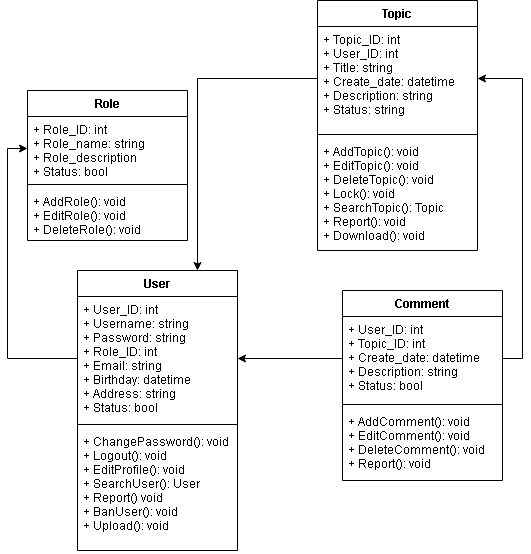
Earlier version of the draw.io export ClassDiagram.png (ChienVan01/forum). Source tidied: cells renumbered, new cells last; positions are measured from the earlier drawing's top-left corner, leaving out a move shared by most shapes. The source it was exported from:
```xml
<mxGraphModel>
  <root>
    <mxCell id="0" />
    <mxCell id="1" parent="0" />
    <mxCell id="2" value="User" style="swimlane;fontStyle=1;align=center;verticalAlign=top;horizontal=1;startSize=26;" parent="1" vertex="1">
      <mxGeometry x="50" y="270" width="160" height="280" as="geometry" />
    </mxCell>
    <mxCell id="3" value="+ User_ID: int&#10;+ Username: string&#10;+ Password: string&#10;+ Role_ID: int&#10;+ Email: string &#10;+ Birthday: datetime&#10;+ Address: string&#10;+ Status: bool" style="text;strokeColor=none;fillColor=none;align=left;verticalAlign=top;spacingLeft=4;spacingRight=4;overflow=hidden;points=[[0,0.5],[1,0.5]];portConstraint=eastwest;" parent="2" vertex="1">
      <mxGeometry y="26" width="160" height="124" as="geometry" />
    </mxCell>
    <mxCell id="4" style="line;strokeWidth=1;fillColor=none;align=left;verticalAlign=middle;spacingTop=-1;spacingLeft=3;spacingRight=3;labelPosition=right;" parent="2" vertex="1">
      <mxGeometry y="150" width="160" height="8" as="geometry" />
    </mxCell>
    <mxCell id="5" value="+ ChangePassword(): void&#10;+ Logout(): void&#10;+ EditProfile(): void&#10;+ SearchUser(): User&#10;+ Report() void&#10;+ BanUser(): void&#10;+ Upload(): void" style="text;strokeColor=none;fillColor=none;align=left;verticalAlign=top;spacingLeft=4;spacingRight=4;overflow=hidden;" parent="2" vertex="1">
      <mxGeometry y="158" width="160" height="122" as="geometry" />
    </mxCell>
    <mxCell id="6" value="Role" style="swimlane;fontStyle=1;align=center;verticalAlign=top;horizontal=1;startSize=26;" parent="1" vertex="1">
      <mxGeometry y="90" width="160" height="150" as="geometry" />
    </mxCell>
    <mxCell id="7" value="+ Role_ID: int&#10;+ Role_name: string&#10;+ Role_description&#10;+ Status: bool" style="text;strokeColor=none;fillColor=none;align=left;verticalAlign=top;spacingLeft=4;spacingRight=4;overflow=hidden;points=[[0,0.5],[1,0.5]];portConstraint=eastwest;" parent="6" vertex="1">
      <mxGeometry y="26" width="160" height="64" as="geometry" />
    </mxCell>
    <mxCell id="8" style="line;strokeWidth=1;fillColor=none;align=left;verticalAlign=middle;spacingTop=-1;spacingLeft=3;spacingRight=3;labelPosition=right;" parent="6" vertex="1">
      <mxGeometry y="90" width="160" height="8" as="geometry" />
    </mxCell>
    <mxCell id="9" value="+ AddRole(): void&#10;+ EditRole(): void&#10;+ DeleteRole(): void&#10;" style="text;strokeColor=none;fillColor=none;align=left;verticalAlign=top;spacingLeft=4;spacingRight=4;overflow=hidden;" parent="6" vertex="1">
      <mxGeometry y="98" width="160" height="52" as="geometry" />
    </mxCell>
    <mxCell id="10" value="Topic" style="swimlane;fontStyle=1;align=center;verticalAlign=top;horizontal=1;startSize=26;" parent="1" vertex="1">
      <mxGeometry x="290" width="160" height="250" as="geometry" />
    </mxCell>
    <mxCell id="11" value="+ Topic_ID: int&#10;+ User_ID: int&#10;+ Title: string&#10;+ Create_date: datetime&#10;+ Description: string&#10;+ Status: string&#10;" style="text;strokeColor=none;fillColor=none;align=left;verticalAlign=top;spacingLeft=4;spacingRight=4;overflow=hidden;points=[[0,0.5],[1,0.5]];portConstraint=eastwest;" parent="10" vertex="1">
      <mxGeometry y="26" width="160" height="104" as="geometry" />
    </mxCell>
    <mxCell id="12" style="line;strokeWidth=1;fillColor=none;align=left;verticalAlign=middle;spacingTop=-1;spacingLeft=3;spacingRight=3;labelPosition=right;" parent="10" vertex="1">
      <mxGeometry y="130" width="160" height="8" as="geometry" />
    </mxCell>
    <mxCell id="13" value="+ AddTopic(): void&#10;+ EditTopic(): void&#10;+ DeleteTopic(): void&#10;+ Lock(): void&#10;+ SearchTopic(): Topic&#10;+ Report(): void&#10;+ Download(): void" style="text;strokeColor=none;fillColor=none;align=left;verticalAlign=top;spacingLeft=4;spacingRight=4;overflow=hidden;" parent="10" vertex="1">
      <mxGeometry y="138" width="160" height="112" as="geometry" />
    </mxCell>
    <mxCell id="14" value="Comment" style="swimlane;fontStyle=1;align=center;verticalAlign=top;horizontal=1;startSize=26;" parent="1" vertex="1">
      <mxGeometry x="315" y="290" width="160" height="190" as="geometry" />
    </mxCell>
    <mxCell id="15" value="+ User_ID: int&#10;+ Topic_ID: int&#10;+ Create_date: datetime&#10;+ Description: string&#10;+ Status: bool" style="text;strokeColor=none;fillColor=none;align=left;verticalAlign=top;spacingLeft=4;spacingRight=4;overflow=hidden;points=[[0,0.5],[1,0.5]];portConstraint=eastwest;" parent="14" vertex="1">
      <mxGeometry y="26" width="160" height="84" as="geometry" />
    </mxCell>
    <mxCell id="16" style="line;strokeWidth=1;fillColor=none;align=left;verticalAlign=middle;spacingTop=-1;spacingLeft=3;spacingRight=3;labelPosition=right;" parent="14" vertex="1">
      <mxGeometry y="110" width="160" height="8" as="geometry" />
    </mxCell>
    <mxCell id="17" value="+ AddComment(): void&#10;+ EditComment(): void&#10;+ DeleteComment(): void&#10;+ Report(): void" style="text;strokeColor=none;fillColor=none;align=left;verticalAlign=top;spacingLeft=4;spacingRight=4;overflow=hidden;" parent="14" vertex="1">
      <mxGeometry y="118" width="160" height="72" as="geometry" />
    </mxCell>
    <mxCell id="18" style="edgeStyle=orthogonalEdgeStyle;rounded=0;jettySize=auto;html=1;exitX=0;exitY=0.5;exitDx=0;exitDy=0;entryX=0;entryY=0.5;entryDx=0;entryDy=0;" parent="1" edge="1" source="3" target="7">
      <mxGeometry relative="1" as="geometry" />
    </mxCell>
    <mxCell id="19" style="edgeStyle=orthogonalEdgeStyle;rounded=0;jettySize=auto;html=1;exitX=0;exitY=0.5;exitDx=0;exitDy=0;entryX=1;entryY=0.5;entryDx=0;entryDy=0;" parent="1" edge="1" source="15" target="3">
      <mxGeometry relative="1" as="geometry" />
    </mxCell>
    <mxCell id="20" style="edgeStyle=orthogonalEdgeStyle;rounded=0;jettySize=auto;html=1;exitX=1;exitY=0.5;exitDx=0;exitDy=0;entryX=1;entryY=0.5;entryDx=0;entryDy=0;" parent="1" edge="1" source="15" target="11">
      <mxGeometry relative="1" as="geometry" />
    </mxCell>
    <mxCell id="21" style="edgeStyle=orthogonalEdgeStyle;rounded=0;jettySize=auto;html=1;exitX=0;exitY=0.5;exitDx=0;exitDy=0;entryX=0.75;entryY=0;entryDx=0;entryDy=0;" parent="1" edge="1" source="11" target="2">
      <mxGeometry relative="1" as="geometry" />
    </mxCell>
  </root>
</mxGraphModel>
```
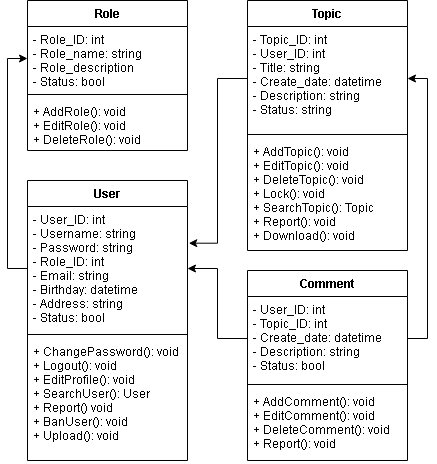
Later version of the same file.

Diff of the diagram source:
```diff
@@ -5,7 +5,7 @@
     <mxCell id="2" value="User" style="swimlane;fontStyle=1;align=center;verticalAlign=top;horizontal=1;startSize=26;" parent="1" vertex="1">
       <mxGeometry x="50" y="270" width="160" height="280" as="geometry" />
     </mxCell>
-    <mxCell id="3" value="+ User_ID: int&#10;+ Username: string&#10;+ Password: string&#10;+ Role_ID: int&#10;+ Email: string &#10;+ Birthday: datetime&#10;+ Address: string&#10;+ Status: bool" style="text;strokeColor=none;fillColor=none;align=left;verticalAlign=top;spacingLeft=4;spacingRight=4;overflow=hidden;points=[[0,0.5],[1,0.5]];portConstraint=eastwest;" parent="2" vertex="1">
+    <mxCell id="3" value="- User_ID: int&#10;- Username: string&#10;- Password: string&#10;- Role_ID: int&#10;- Email: string &#10;- Birthday: datetime&#10;- Address: string&#10;- Status: bool" style="text;strokeColor=none;fillColor=none;align=left;verticalAlign=top;spacingLeft=4;spacingRight=4;overflow=hidden;points=[[0,0.5],[1,0.5]];portConstraint=eastwest;" parent="2" vertex="1">
       <mxGeometry y="26" width="160" height="124" as="geometry" />
     </mxCell>
     <mxCell id="4" style="line;strokeWidth=1;fillColor=none;align=left;verticalAlign=middle;spacingTop=-1;spacingLeft=3;spacingRight=3;labelPosition=right;" parent="2" vertex="1">
@@ -15,9 +15,9 @@
       <mxGeometry y="158" width="160" height="122" as="geometry" />
     </mxCell>
     <mxCell id="6" value="Role" style="swimlane;fontStyle=1;align=center;verticalAlign=top;horizontal=1;startSize=26;" parent="1" vertex="1">
-      <mxGeometry y="90" width="160" height="150" as="geometry" />
+      <mxGeometry x="50" y="90" width="160" height="150" as="geometry" />
     </mxCell>
-    <mxCell id="7" value="+ Role_ID: int&#10;+ Role_name: string&#10;+ Role_description&#10;+ Status: bool" style="text;strokeColor=none;fillColor=none;align=left;verticalAlign=top;spacingLeft=4;spacingRight=4;overflow=hidden;points=[[0,0.5],[1,0.5]];portConstraint=eastwest;" parent="6" vertex="1">
+    <mxCell id="7" value="- Role_ID: int&#10;- Role_name: string&#10;- Role_description&#10;- Status: bool" style="text;strokeColor=none;fillColor=none;align=left;verticalAlign=top;spacingLeft=4;spacingRight=4;overflow=hidden;points=[[0,0.5],[1,0.5]];portConstraint=eastwest;" parent="6" vertex="1">
       <mxGeometry y="26" width="160" height="64" as="geometry" />
     </mxCell>
     <mxCell id="8" style="line;strokeWidth=1;fillColor=none;align=left;verticalAlign=middle;spacingTop=-1;spacingLeft=3;spacingRight=3;labelPosition=right;" parent="6" vertex="1">
@@ -27,9 +27,9 @@
       <mxGeometry y="98" width="160" height="52" as="geometry" />
     </mxCell>
     <mxCell id="10" value="Topic" style="swimlane;fontStyle=1;align=center;verticalAlign=top;horizontal=1;startSize=26;" parent="1" vertex="1">
-      <mxGeometry x="290" width="160" height="250" as="geometry" />
+      <mxGeometry x="270" y="90" width="160" height="250" as="geometry" />
     </mxCell>
-    <mxCell id="11" value="+ Topic_ID: int&#10;+ User_ID: int&#10;+ Title: string&#10;+ Create_date: datetime&#10;+ Description: string&#10;+ Status: string&#10;" style="text;strokeColor=none;fillColor=none;align=left;verticalAlign=top;spacingLeft=4;spacingRight=4;overflow=hidden;points=[[0,0.5],[1,0.5]];portConstraint=eastwest;" parent="10" vertex="1">
+    <mxCell id="11" value="- Topic_ID: int&#10;- User_ID: int&#10;- Title: string&#10;- Create_date: datetime&#10;- Description: string&#10;- Status: string" style="text;strokeColor=none;fillColor=none;align=left;verticalAlign=top;spacingLeft=4;spacingRight=4;overflow=hidden;points=[[0,0.5],[1,0.5]];portConstraint=eastwest;" parent="10" vertex="1">
       <mxGeometry y="26" width="160" height="104" as="geometry" />
     </mxCell>
     <mxCell id="12" style="line;strokeWidth=1;fillColor=none;align=left;verticalAlign=middle;spacingTop=-1;spacingLeft=3;spacingRight=3;labelPosition=right;" parent="10" vertex="1">
@@ -39,9 +39,9 @@
       <mxGeometry y="138" width="160" height="112" as="geometry" />
     </mxCell>
     <mxCell id="14" value="Comment" style="swimlane;fontStyle=1;align=center;verticalAlign=top;horizontal=1;startSize=26;" parent="1" vertex="1">
-      <mxGeometry x="315" y="290" width="160" height="190" as="geometry" />
+      <mxGeometry x="270" y="360" width="160" height="190" as="geometry" />
     </mxCell>
-    <mxCell id="15" value="+ User_ID: int&#10;+ Topic_ID: int&#10;+ Create_date: datetime&#10;+ Description: string&#10;+ Status: bool" style="text;strokeColor=none;fillColor=none;align=left;verticalAlign=top;spacingLeft=4;spacingRight=4;overflow=hidden;points=[[0,0.5],[1,0.5]];portConstraint=eastwest;" parent="14" vertex="1">
+    <mxCell id="15" value="- User_ID: int&#10;- Topic_ID: int&#10;- Create_date: datetime&#10;- Description: string&#10;- Status: bool" style="text;strokeColor=none;fillColor=none;align=left;verticalAlign=top;spacingLeft=4;spacingRight=4;overflow=hidden;points=[[0,0.5],[1,0.5]];portConstraint=eastwest;" parent="14" vertex="1">
       <mxGeometry y="26" width="160" height="84" as="geometry" />
     </mxCell>
     <mxCell id="16" style="line;strokeWidth=1;fillColor=none;align=left;verticalAlign=middle;spacingTop=-1;spacingLeft=3;spacingRight=3;labelPosition=right;" parent="14" vertex="1">
@@ -59,7 +59,7 @@
     <mxCell id="20" style="edgeStyle=orthogonalEdgeStyle;rounded=0;jettySize=auto;html=1;exitX=1;exitY=0.5;exitDx=0;exitDy=0;entryX=1;entryY=0.5;entryDx=0;entryDy=0;" parent="1" edge="1" source="15" target="11">
       <mxGeometry relative="1" as="geometry" />
     </mxCell>
-    <mxCell id="21" style="edgeStyle=orthogonalEdgeStyle;rounded=0;jettySize=auto;html=1;exitX=0;exitY=0.5;exitDx=0;exitDy=0;entryX=0.75;entryY=0;entryDx=0;entryDy=0;" parent="1" edge="1" source="11" target="2">
+    <mxCell id="21" style="edgeStyle=orthogonalEdgeStyle;rounded=0;jettySize=auto;html=1;exitX=0;exitY=0.5;exitDx=0;exitDy=0;entryX=1.008;entryY=0.296;entryDx=0;entryDy=0;entryPerimeter=0;" parent="1" edge="1" source="11" target="3">
       <mxGeometry relative="1" as="geometry" />
     </mxCell>
   </root>
```
